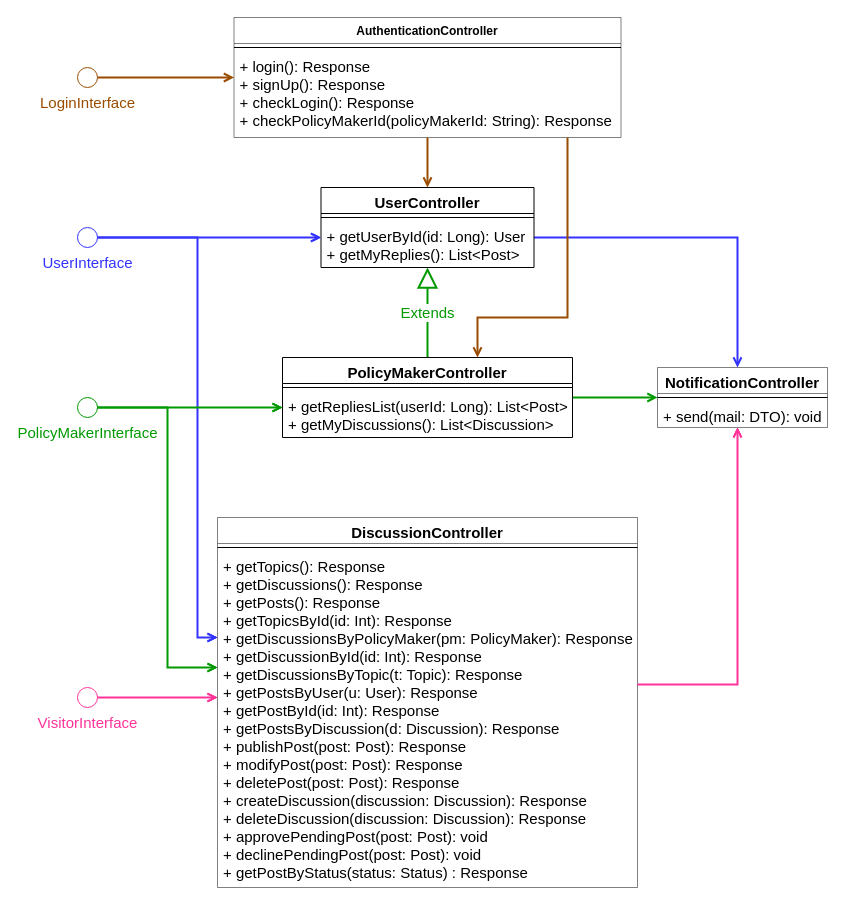
Above: page "ComponentInterfaces" (1 of 2) of DD Diagrams/ComponentInterfaces.drawio in matteovisotto/SE2-CecchettoSirianiVisotto (draw.io), before the change. Source tidied: cells renumbered, new cells numbered last; positions are measured from the earlier drawing's top-left corner, leaving out a move shared by most shapes. Both pictures are drawn from the tidied source at 100%, with x=0, y=0 at pixel (77, 17).
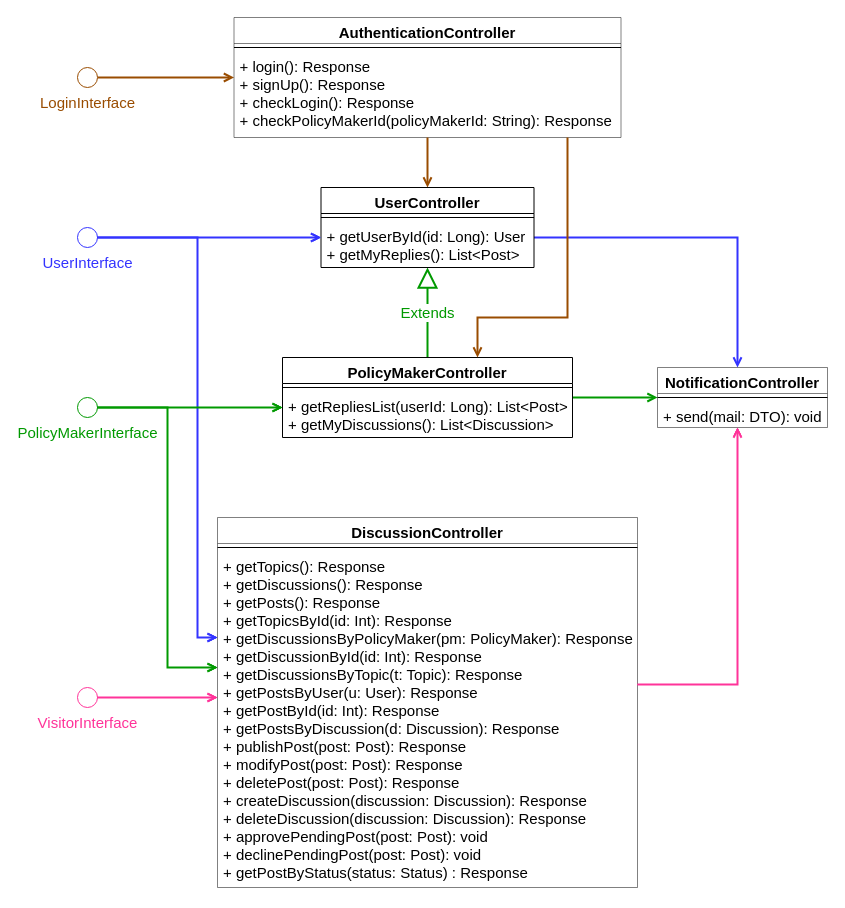
The same page after the edit.

Commit message (it also covers changes not shown here):
Update screens and interfaces.

Diff of the diagram source:
```diff
@@
-    <mxCell id="21" value="AuthenticationController" style="swimlane;fontStyle=1;align=center;verticalAlign=top;horizontal=1;startSize=26;strokeWidth=0.5;" parent="1" vertex="1">
+    <mxCell id="21" value="AuthenticationController" style="swimlane;fontStyle=1;align=center;verticalAlign=top;horizontal=1;startSize=26;strokeWidth=0.5;fontSize=15;" parent="1" vertex="1">
       <mxGeometry x="156.5" width="387" height="120" as="geometry" />
     </mxCell>
```
